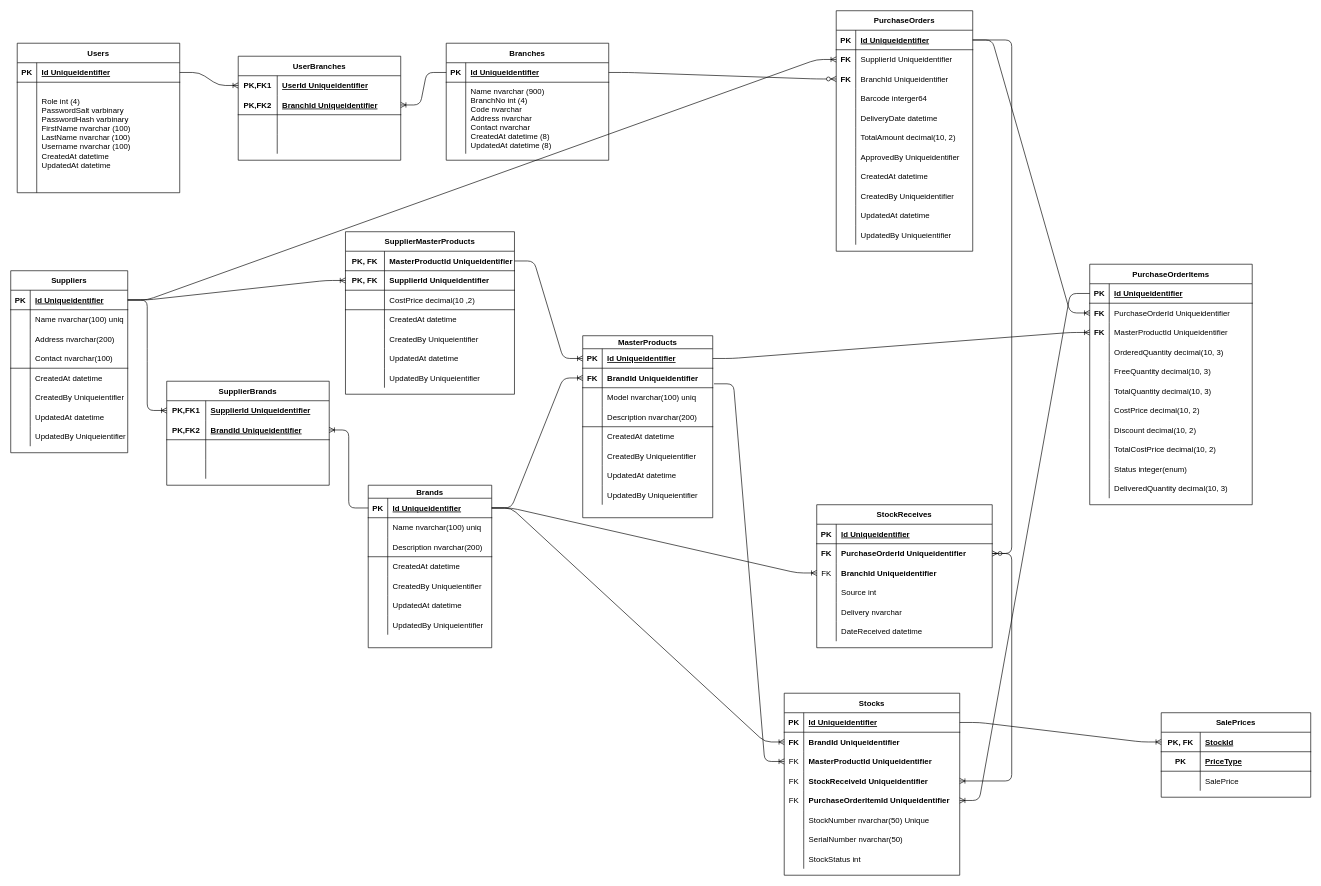
This is diagrams/Database Diagram.drawio from inyormanjr/CA.ERP, a draw.io file, before an edit. Source tidied: cells renumbered, new cells numbered last; positions are measured from the earlier drawing's top-left corner, leaving out a move shared by most shapes. Both pictures are drawn from the tidied source at 65%, with x=0, y=0 at pixel (10, 10).
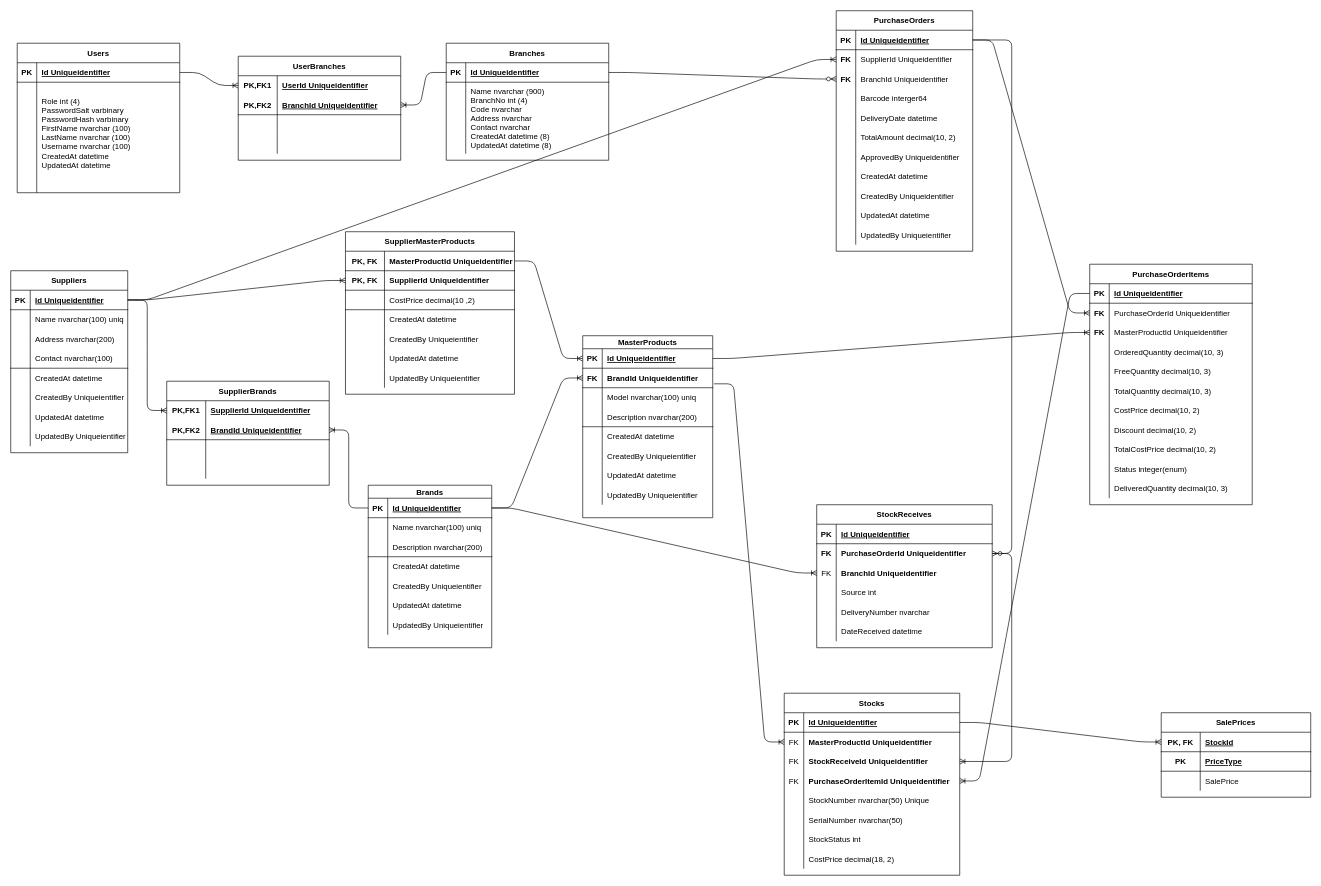
The same diagram, later.

The change refers to these unchanged cells:
```xml
<mxCell id="57" style="shape=partialRectangle;fillColor=none;top=0;left=0;bottom=1;right=0;points=[[0,0.5],[1,0.5]];portConstraint=eastwest;" parent="56" vertex="1">
  <mxGeometry y="20" width="190" height="30" as="geometry" />
</mxCell>
<mxCell id="215" value="Stocks" style="shape=table;startSize=30;childLayout=tableLayout;rowLines=0;fontStyle=1;align=center;" parent="1" vertex="1">
  <mxGeometry x="1190" y="1050" width="270" height="280" as="geometry" />
</mxCell>
<mxCell id="266" style="shape=partialRectangle;fillColor=none;top=0;left=0;bottom=0;right=0;" parent="253" vertex="1">
  <mxGeometry y="150" width="270" height="30" as="geometry" />
</mxCell>
```

What changed in the source:
```diff
@@
-    <mxCell id="219" style="shape=partialRectangle;fillColor=none;top=0;left=0;bottom=0;right=0;points=[[0,0.5],[1,0.5]];portConstraint=eastwest;fontStyle=0;" parent="215" vertex="1">
-      <mxGeometry y="60" width="270" height="30" as="geometry" />
-    </mxCell>
-    <mxCell id="220" value="FK" style="shape=partialRectangle;fillColor=none;top=0;left=0;bottom=0;right=0;overflow=hidden;fontStyle=1;" parent="219" vertex="1">
-      <mxGeometry width="30" height="30" as="geometry" />
-    </mxCell>
-    <mxCell id="221" value="BrandId Uniqueidentifier" style="shape=partialRectangle;fillColor=none;top=0;left=0;bottom=0;right=0;align=left;spacingLeft=6;overflow=hidden;fontStyle=1;" parent="219" vertex="1">
-      <mxGeometry x="30" width="240" height="30" as="geometry" />
-    </mxCell>
     <mxCell id="222" style="shape=partialRectangle;fillColor=none;top=0;left=0;bottom=0;right=0;points=[[0,0.5],[1,0.5]];portConstraint=eastwest;" parent="215" vertex="1">
-      <mxGeometry y="90" width="270" height="30" as="geometry" />
+      <mxGeometry y="60" width="270" height="30" as="geometry" />
     </mxCell>
@@
     <mxCell id="225" style="shape=partialRectangle;fillColor=none;top=0;left=0;bottom=0;right=0;points=[[0,0.5],[1,0.5]];portConstraint=eastwest;" parent="215" vertex="1">
-      <mxGeometry y="120" width="270" height="30" as="geometry" />
+      <mxGeometry y="90" width="270" height="30" as="geometry" />
     </mxCell>
@@
     <mxCell id="228" style="shape=partialRectangle;fillColor=none;top=0;left=0;bottom=0;right=0;points=[[0,0.5],[1,0.5]];portConstraint=eastwest;" parent="215" vertex="1">
-      <mxGeometry y="150" width="270" height="30" as="geometry" />
+      <mxGeometry y="120" width="270" height="30" as="geometry" />
     </mxCell>
@@
     <mxCell id="231" style="shape=partialRectangle;fillColor=none;top=0;left=0;bottom=0;right=0;" parent="215" vertex="1">
-      <mxGeometry y="180" width="270" height="30" as="geometry" />
+      <mxGeometry y="150" width="270" height="30" as="geometry" />
     </mxCell>
@@
     <mxCell id="234" style="shape=partialRectangle;fillColor=none;top=0;left=0;bottom=0;right=0;" parent="215" vertex="1">
-      <mxGeometry y="210" width="270" height="30" as="geometry" />
+      <mxGeometry y="180" width="270" height="30" as="geometry" />
     </mxCell>
@@
     <mxCell id="237" style="shape=partialRectangle;fillColor=none;top=0;left=0;bottom=0;right=0;" parent="215" vertex="1">
-      <mxGeometry y="240" width="270" height="30" as="geometry" />
+      <mxGeometry y="210" width="270" height="30" as="geometry" />
     </mxCell>
@@
+    <mxCell id="276" style="shape=partialRectangle;fillColor=none;top=0;left=0;bottom=0;right=0;" parent="215" vertex="1">
+      <mxGeometry y="240" width="270" height="30" as="geometry" />
+    </mxCell>
+    <mxCell id="277" style="shape=partialRectangle;fillColor=none;top=0;left=0;bottom=0;right=0;overflow=hidden;" parent="276" vertex="1">
+      <mxGeometry width="30" height="30" as="geometry" />
+    </mxCell>
+    <mxCell id="278" value="CostPrice decimal(18, 2)" style="shape=partialRectangle;fillColor=none;top=0;left=0;bottom=0;right=0;align=left;spacingLeft=6;overflow=hidden;" parent="276" vertex="1">
+      <mxGeometry x="30" width="240" height="30" as="geometry" />
+    </mxCell>
@@
-    <mxCell id="251" style="edgeStyle=entityRelationEdgeStyle;fontSize=12;html=1;endArrow=ERoneToMany;exitX=1;exitY=0.5;exitDx=0;exitDy=0;" parent="1" edge="1" source="57" target="219">
-      <mxGeometry relative="1" as="geometry" />
-    </mxCell>
@@
-    <mxCell id="268" value="Delivery nvarchar " style="shape=partialRectangle;fillColor=none;top=0;left=0;bottom=0;right=0;align=left;spacingLeft=6;overflow=hidden;" parent="266" vertex="1">
+    <mxCell id="268" value="DeliveryNumber nvarchar " style="shape=partialRectangle;fillColor=none;top=0;left=0;bottom=0;right=0;align=left;spacingLeft=6;overflow=hidden;" parent="266" vertex="1">
       <mxGeometry x="30" width="240" height="30" as="geometry" />
     </mxCell>
```
